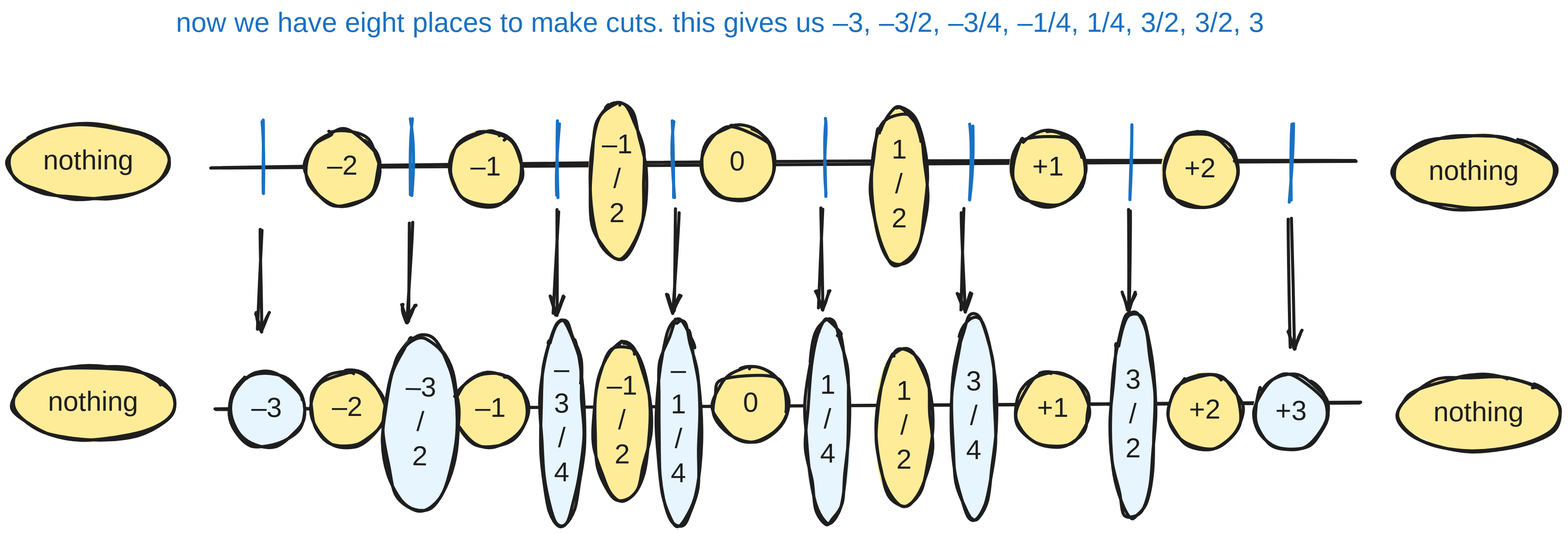
Before: public/how-i-vibed-a-proof-of-conways-conjecture/step4-full.svg, a diagram exported from Excalidraw (gaearon/overreacted.io). Source tidied: one line per element, renumbered; positions are measured from the earlier drawing's top-left corner, leaving out a move shared by most shapes.
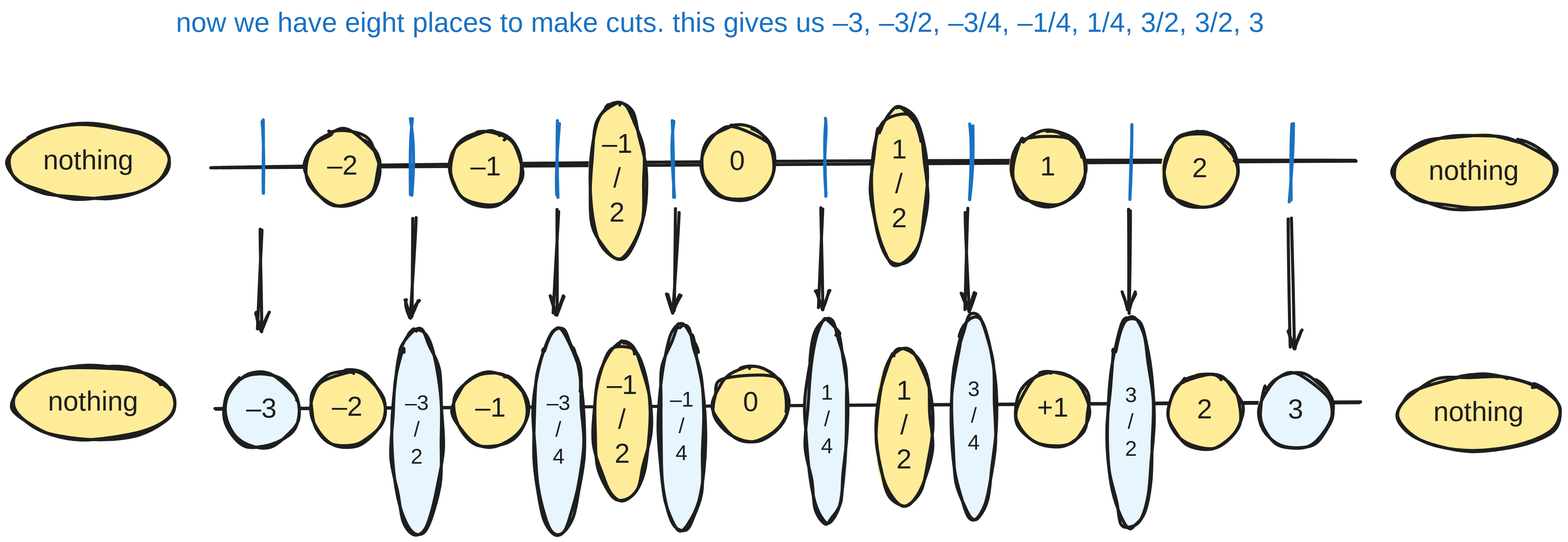
After the change.

The edit, as a diff of the source:
```diff
@@ -34,16 +34,18 @@
 {"id": 33, "type": "text", "text": "–1\n/\n2", "strokeColor": "#1e1e1e", "backgroundColor": "#ffec99", "fillStyle": "solid", "strokeWidth": 4, "roughness": 2, "fontSize": 36, "fontFamily": 5, "textAlign": "center", "verticalAlign": "middle", "inside": 32, "x": 778, "y": 159, "width": 40, "height": 135}
 {"id": 34, "type": "ellipse", "strokeColor": "#1e1e1e", "backgroundColor": "#ffec99", "fillStyle": "solid", "strokeWidth": 4, "roughness": 2, "x": 767, "y": 439, "width": 73, "height": 205}
 {"id": 35, "type": "text", "text": "–1\n/\n2", "strokeColor": "#1e1e1e", "backgroundColor": "#ffec99", "fillStyle": "solid", "strokeWidth": 4, "roughness": 2, "fontSize": 36, "fontFamily": 5, "textAlign": "center", "verticalAlign": "middle", "inside": 34, "x": 784, "y": 474, "width": 40, "height": 135}
-{"id": 36, "type": "ellipse", "strokeColor": "#1e1e1e", "backgroundColor": "#e7f5ff", "fillStyle": "solid", "strokeWidth": 4, "roughness": 2, "x": 697, "y": 409, "width": 57, "height": 269}
+{"id": 36, "type": "ellipse", "strokeColor": "#1e1e1e", "backgroundColor": "#e7f5ff", "fillStyle": "solid", "strokeWidth": 4, "roughness": 2, "x": 688, "y": 419, "width": 66, "height": 270}
-{"id": 37, "type": "text", "text": "–\n3\n/\n4", "strokeColor": "#1e1e1e", "backgroundColor": "#ffec99", "fillStyle": "solid", "strokeWidth": 4, "roughness": 2, "fontSize": 36, "fontFamily": 5, "textAlign": "center", "verticalAlign": "middle", "inside": 36, "x": 712, "y": 453, "width": 25, "height": 180}
+{"id": 37, "type": "text", "text": "–3\n/\n4", "strokeColor": "#1e1e1e", "backgroundColor": "#ffec99", "fillStyle": "solid", "strokeWidth": 4, "roughness": 2, "fontSize": 28, "fontFamily": 5, "textAlign": "center", "verticalAlign": "middle", "inside": 36, "x": 702, "y": 502, "width": 37, "height": 105}
+{"id": 78, "type": "ellipse", "strokeColor": "#1e1e1e", "backgroundColor": "#e7f5ff", "fillStyle": "solid", "strokeWidth": 4, "roughness": 2, "x": 502, "y": 420, "width": 67, "height": 269}
+{"id": 79, "type": "text", "text": "–3\n/\n2", "strokeColor": "#1e1e1e", "backgroundColor": "#ffec99", "fillStyle": "solid", "strokeWidth": 4, "roughness": 2, "fontSize": 28, "fontFamily": 5, "textAlign": "center", "verticalAlign": "middle", "inside": 78, "x": 517, "y": 502, "width": 37, "height": 105}
 {"id": 38, "type": "ellipse", "strokeColor": "#1e1e1e", "backgroundColor": "#e7f5ff", "fillStyle": "solid", "strokeWidth": 4, "roughness": 2, "x": 1236, "y": 402, "width": 57, "height": 269}
-{"id": 39, "type": "text", "text": "3\n/\n4", "strokeColor": "#1e1e1e", "backgroundColor": "#ffec99", "fillStyle": "solid", "strokeWidth": 4, "roughness": 2, "fontSize": 36, "fontFamily": 5, "textAlign": "center", "verticalAlign": "middle", "inside": 38, "x": 1253, "y": 469, "width": 22, "height": 135}
+{"id": 39, "type": "text", "text": "3\n/\n4", "strokeColor": "#1e1e1e", "backgroundColor": "#ffec99", "fillStyle": "solid", "strokeWidth": 4, "roughness": 2, "fontSize": 28, "fontFamily": 5, "textAlign": "center", "verticalAlign": "middle", "inside": 38, "x": 1256, "y": 484, "width": 17, "height": 105}
-{"id": 40, "type": "ellipse", "strokeColor": "#1e1e1e", "backgroundColor": "#e7f5ff", "fillStyle": "solid", "strokeWidth": 4, "roughness": 2, "x": 1444, "y": 400, "width": 57, "height": 269}
+{"id": 40, "type": "ellipse", "strokeColor": "#1e1e1e", "backgroundColor": "#e7f5ff", "fillStyle": "solid", "strokeWidth": 4, "roughness": 2, "x": 1440, "y": 406, "width": 59, "height": 276}
-{"id": 41, "type": "text", "text": "3\n/\n2", "strokeColor": "#1e1e1e", "backgroundColor": "#ffec99", "fillStyle": "solid", "strokeWidth": 4, "roughness": 2, "fontSize": 36, "fontFamily": 5, "textAlign": "center", "verticalAlign": "middle", "inside": 40, "x": 1460, "y": 467, "width": 25, "height": 135}
+{"id": 41, "type": "text", "text": "3\n/\n2", "strokeColor": "#1e1e1e", "backgroundColor": "#ffec99", "fillStyle": "solid", "strokeWidth": 4, "roughness": 2, "fontSize": 28, "fontFamily": 5, "textAlign": "center", "verticalAlign": "middle", "inside": 40, "x": 1460, "y": 492, "width": 20, "height": 105}
-{"id": 42, "type": "ellipse", "strokeColor": "#1e1e1e", "backgroundColor": "#e7f5ff", "fillStyle": "solid", "strokeWidth": 4, "roughness": 2, "x": 849, "y": 409, "width": 57, "height": 269}
+{"id": 42, "type": "ellipse", "strokeColor": "#1e1e1e", "backgroundColor": "#e7f5ff", "fillStyle": "solid", "strokeWidth": 4, "roughness": 2, "x": 852, "y": 416, "width": 60, "height": 269}
-{"id": 43, "type": "text", "text": "–\n1\n/\n4", "strokeColor": "#1e1e1e", "backgroundColor": "#ffec99", "fillStyle": "solid", "strokeWidth": 4, "roughness": 2, "fontSize": 36, "fontFamily": 5, "textAlign": "center", "verticalAlign": "middle", "inside": 42, "x": 865, "y": 454, "width": 25, "height": 180}
+{"id": 43, "type": "text", "text": "–1\n/\n4", "strokeColor": "#1e1e1e", "backgroundColor": "#ffec99", "fillStyle": "solid", "strokeWidth": 4, "roughness": 2, "fontSize": 28, "fontFamily": 5, "textAlign": "center", "verticalAlign": "middle", "inside": 42, "x": 866, "y": 498, "width": 31, "height": 105}
-{"id": 44, "type": "ellipse", "strokeColor": "#1e1e1e", "backgroundColor": "#e7f5ff", "fillStyle": "solid", "strokeWidth": 4, "roughness": 2, "x": 1045, "y": 407, "width": 57, "height": 269}
+{"id": 44, "type": "ellipse", "strokeColor": "#1e1e1e", "backgroundColor": "#e7f5ff", "fillStyle": "solid", "strokeWidth": 4, "roughness": 2, "x": 1044, "y": 406, "width": 55, "height": 269}
-{"id": 45, "type": "text", "text": "1\n/\n4", "strokeColor": "#1e1e1e", "backgroundColor": "#ffec99", "fillStyle": "solid", "strokeWidth": 4, "roughness": 2, "fontSize": 36, "fontFamily": 5, "textAlign": "center", "verticalAlign": "middle", "inside": 44, "x": 1062, "y": 473, "width": 21, "height": 135}
+{"id": 45, "type": "text", "text": "1\n/\n4", "strokeColor": "#1e1e1e", "backgroundColor": "#ffec99", "fillStyle": "solid", "strokeWidth": 4, "roughness": 2, "fontSize": 28, "fontFamily": 5, "textAlign": "center", "verticalAlign": "middle", "inside": 44, "x": 1064, "y": 488, "width": 16, "height": 105}
 {"id": 46, "type": "ellipse", "strokeColor": "#1e1e1e", "backgroundColor": "#ffec99", "fillStyle": "solid", "strokeWidth": 4, "roughness": 2, "x": 1130, "y": 131, "width": 73, "height": 205}
 {"id": 47, "type": "text", "text": "1\n/\n2", "strokeColor": "#1e1e1e", "backgroundColor": "#ffec99", "fillStyle": "solid", "strokeWidth": 4, "roughness": 2, "fontSize": 36, "fontFamily": 5, "textAlign": "center", "verticalAlign": "middle", "inside": 46, "x": 1154, "y": 166, "width": 25, "height": 135}
 {"id": 48, "type": "ellipse", "strokeColor": "#1e1e1e", "backgroundColor": "#ffec99", "fillStyle": "solid", "strokeWidth": 4, "roughness": 2, "x": 1136, "y": 446, "width": 73, "height": 205}
@@ -52,27 +54,23 @@
 {"id": 51, "type": "text", "text": "–2", "strokeColor": "#1e1e1e", "backgroundColor": "#ffec99", "fillStyle": "solid", "strokeWidth": 4, "roughness": 2, "fontSize": 36, "fontFamily": 5, "textAlign": "center", "verticalAlign": "middle", "inside": 50, "x": 412, "y": 187, "width": 50, "height": 45}
 {"id": 52, "type": "ellipse", "strokeColor": "#1e1e1e", "backgroundColor": "#ffec99", "fillStyle": "solid", "strokeWidth": 4, "roughness": 2, "x": 396, "y": 476, "width": 96, "height": 98}
 {"id": 53, "type": "text", "text": "–2", "strokeColor": "#1e1e1e", "backgroundColor": "#ffec99", "fillStyle": "solid", "strokeWidth": 4, "roughness": 2, "fontSize": 36, "fontFamily": 5, "textAlign": "center", "verticalAlign": "middle", "inside": 52, "x": 419, "y": 502, "width": 50, "height": 45}
-{"id": 54, "type": "ellipse", "strokeColor": "#1e1e1e", "angle": 0.02, "backgroundColor": "#ffec99", "fillStyle": "solid", "strokeWidth": 4, "roughness": 2, "x": 493, "y": 430, "width": 96, "height": 230}
-{"id": 55, "type": "text", "text": "–3\n/\n2", "strokeColor": "#1e1e1e", "angle": 0.02, "backgroundColor": "#ffec99", "fillStyle": "solid", "strokeWidth": 4, "roughness": 2, "fontSize": 36, "fontFamily": 5, "textAlign": "center", "verticalAlign": "middle", "inside": 54, "x": 517, "y": 477, "width": 47, "height": 135}
-{"id": 56, "type": "ellipse", "strokeColor": "#1e1e1e", "angle": 0.02, "backgroundColor": "#e7f5ff", "fillStyle": "solid", "strokeWidth": 4, "roughness": 2, "x": 492, "y": 430, "width": 96, "height": 230}
-{"id": 57, "type": "text", "text": "–3\n/\n2", "strokeColor": "#1e1e1e", "angle": 0.02, "backgroundColor": "#ffec99", "fillStyle": "solid", "strokeWidth": 4, "roughness": 2, "fontSize": 36, "fontFamily": 5, "textAlign": "center", "verticalAlign": "middle", "inside": 56, "x": 516, "y": 477, "width": 47, "height": 135}
-{"id": 58, "type": "ellipse", "strokeColor": "#1e1e1e", "backgroundColor": "#e7f5ff", "fillStyle": "solid", "strokeWidth": 4, "roughness": 2, "x": 291, "y": 477, "width": 96, "height": 98}
+{"id": 58, "type": "ellipse", "strokeColor": "#1e1e1e", "backgroundColor": "#e7f5ff", "fillStyle": "solid", "strokeWidth": 4, "roughness": 2, "x": 284, "y": 478, "width": 96, "height": 98}
-{"id": 59, "type": "text", "text": "–3", "strokeColor": "#1e1e1e", "backgroundColor": "#ffec99", "fillStyle": "solid", "strokeWidth": 4, "roughness": 2, "fontSize": 36, "fontFamily": 5, "textAlign": "center", "verticalAlign": "middle", "inside": 58, "x": 315, "y": 503, "width": 47, "height": 45}
+{"id": 59, "type": "text", "text": "–3", "strokeColor": "#1e1e1e", "backgroundColor": "#ffec99", "fillStyle": "solid", "strokeWidth": 4, "roughness": 2, "fontSize": 36, "fontFamily": 5, "textAlign": "center", "verticalAlign": "middle", "inside": 58, "x": 308, "y": 504, "width": 47, "height": 45}
 {"id": 60, "type": "ellipse", "strokeColor": "#1e1e1e", "backgroundColor": "#ffec99", "fillStyle": "solid", "strokeWidth": 4, "roughness": 2, "x": 1313, "y": 161, "width": 96, "height": 98}
-{"id": 61, "type": "text", "text": "+1", "strokeColor": "#1e1e1e", "backgroundColor": "#ffec99", "fillStyle": "solid", "strokeWidth": 4, "roughness": 2, "fontSize": 36, "fontFamily": 5, "textAlign": "center", "verticalAlign": "middle", "inside": 60, "x": 1344, "y": 188, "width": 34, "height": 45}
+{"id": 61, "type": "text", "text": "1", "strokeColor": "#1e1e1e", "backgroundColor": "#ffec99", "fillStyle": "solid", "strokeWidth": 4, "roughness": 2, "fontSize": 36, "fontFamily": 5, "textAlign": "center", "verticalAlign": "middle", "inside": 60, "x": 1353, "y": 188, "width": 15, "height": 45}
 {"id": 62, "type": "ellipse", "strokeColor": "#1e1e1e", "backgroundColor": "#ffec99", "fillStyle": "solid", "strokeWidth": 4, "roughness": 2, "x": 1319, "y": 477, "width": 96, "height": 98}
 {"id": 63, "type": "text", "text": "+1", "strokeColor": "#1e1e1e", "backgroundColor": "#ffec99", "fillStyle": "solid", "strokeWidth": 4, "roughness": 2, "fontSize": 36, "fontFamily": 5, "textAlign": "center", "verticalAlign": "middle", "inside": 62, "x": 1350, "y": 504, "width": 34, "height": 45}
 {"id": 64, "type": "ellipse", "strokeColor": "#1e1e1e", "backgroundColor": "#ffec99", "fillStyle": "solid", "strokeWidth": 4, "roughness": 2, "x": 1511, "y": 164, "width": 96, "height": 98}
-{"id": 65, "type": "text", "text": "+2", "strokeColor": "#1e1e1e", "backgroundColor": "#ffec99", "fillStyle": "solid", "strokeWidth": 4, "roughness": 2, "fontSize": 36, "fontFamily": 5, "textAlign": "center", "verticalAlign": "middle", "inside": 64, "x": 1537, "y": 190, "width": 45, "height": 45}
+{"id": 65, "type": "text", "text": "2", "strokeColor": "#1e1e1e", "backgroundColor": "#ffec99", "fillStyle": "solid", "strokeWidth": 4, "roughness": 2, "fontSize": 36, "fontFamily": 5, "textAlign": "center", "verticalAlign": "middle", "inside": 64, "x": 1547, "y": 190, "width": 25, "height": 45}
 {"id": 66, "type": "ellipse", "strokeColor": "#1e1e1e", "backgroundColor": "#ffec99", "fillStyle": "solid", "strokeWidth": 4, "roughness": 2, "x": 1518, "y": 479, "width": 96, "height": 98}
-{"id": 67, "type": "text", "text": "+2", "strokeColor": "#1e1e1e", "backgroundColor": "#ffec99", "fillStyle": "solid", "strokeWidth": 4, "roughness": 2, "fontSize": 36, "fontFamily": 5, "textAlign": "center", "verticalAlign": "middle", "inside": 66, "x": 1544, "y": 506, "width": 45, "height": 45}
+{"id": 67, "type": "text", "text": "2", "strokeColor": "#1e1e1e", "backgroundColor": "#ffec99", "fillStyle": "solid", "strokeWidth": 4, "roughness": 2, "fontSize": 36, "fontFamily": 5, "textAlign": "center", "verticalAlign": "middle", "inside": 66, "x": 1554, "y": 506, "width": 25, "height": 45}
-{"id": 68, "type": "ellipse", "strokeColor": "#1e1e1e", "backgroundColor": "#e7f5ff", "fillStyle": "solid", "strokeWidth": 4, "roughness": 2, "x": 1631, "y": 481, "width": 96, "height": 98}
+{"id": 68, "type": "ellipse", "strokeColor": "#1e1e1e", "backgroundColor": "#e7f5ff", "fillStyle": "solid", "strokeWidth": 4, "roughness": 2, "x": 1637, "y": 480, "width": 96, "height": 98}
-{"id": 69, "type": "text", "text": "+3", "strokeColor": "#1e1e1e", "backgroundColor": "#ffec99", "fillStyle": "solid", "strokeWidth": 4, "roughness": 2, "fontSize": 36, "fontFamily": 5, "textAlign": "center", "verticalAlign": "middle", "inside": 68, "x": 1658, "y": 507, "width": 42, "height": 45}
+{"id": 69, "type": "text", "text": "3", "strokeColor": "#1e1e1e", "backgroundColor": "#ffec99", "fillStyle": "solid", "strokeWidth": 4, "roughness": 2, "fontSize": 36, "fontFamily": 5, "textAlign": "center", "verticalAlign": "middle", "inside": 68, "x": 1674, "y": 506, "width": 22, "height": 45}
 {"id": 70, "type": "arrow", "strokeColor": "#1e1e1e", "backgroundColor": "#ffec99", "fillStyle": "solid", "strokeWidth": 4, "roughness": 2, "endArrowhead": "arrow", "round": true, "x": 331, "y": 289, "width": 2, "height": 133, "points": [[0, 0], [-2, 133]]}
-{"id": 71, "type": "arrow", "strokeColor": "#1e1e1e", "backgroundColor": "#ffec99", "fillStyle": "solid", "strokeWidth": 4, "roughness": 2, "endArrowhead": "arrow", "round": true, "x": 527, "y": 279, "width": 2, "height": 133, "points": [[0, 0], [-2, 133]]}
+{"id": 71, "type": "arrow", "strokeColor": "#1e1e1e", "backgroundColor": "#ffec99", "fillStyle": "solid", "strokeWidth": 4, "roughness": 2, "endArrowhead": "arrow", "round": true, "x": 532, "y": 273, "width": 2, "height": 133, "points": [[0, 0], [-2, 133]]}
 {"id": 72, "type": "arrow", "strokeColor": "#1e1e1e", "backgroundColor": "#ffec99", "fillStyle": "solid", "strokeWidth": 4, "roughness": 2, "endArrowhead": "arrow", "round": true, "x": 719, "y": 268, "width": 2, "height": 133, "points": [[0, 0], [-2, 133]]}
 {"id": 73, "type": "arrow", "strokeColor": "#1e1e1e", "backgroundColor": "#ffec99", "fillStyle": "solid", "strokeWidth": 4, "roughness": 2, "endArrowhead": "arrow", "round": true, "x": 874, "y": 265, "width": 2, "height": 133, "points": [[0, 0], [-2, 133]]}
 {"id": 74, "type": "arrow", "strokeColor": "#1e1e1e", "backgroundColor": "#ffec99", "fillStyle": "solid", "strokeWidth": 4, "roughness": 2, "endArrowhead": "arrow", "round": true, "x": 1065, "y": 262, "width": 2, "height": 133, "points": [[0, 0], [-2, 133]]}
-{"id": 75, "type": "arrow", "strokeColor": "#1e1e1e", "backgroundColor": "#ffec99", "fillStyle": "solid", "strokeWidth": 4, "roughness": 2, "endArrowhead": "arrow", "round": true, "x": 1251, "y": 264, "width": 2, "height": 133, "points": [[0, 0], [-2, 133]]}
+{"id": 75, "type": "arrow", "strokeColor": "#1e1e1e", "backgroundColor": "#ffec99", "fillStyle": "solid", "strokeWidth": 4, "roughness": 2, "endArrowhead": "arrow", "round": true, "x": 1256, "y": 264, "width": 2, "height": 133, "points": [[0, 0], [-2, 133]]}
 {"id": 76, "type": "arrow", "strokeColor": "#1e1e1e", "backgroundColor": "#ffec99", "fillStyle": "solid", "strokeWidth": 4, "roughness": 2, "endArrowhead": "arrow", "round": true, "x": 1467, "y": 265, "width": 2, "height": 133, "points": [[0, 0], [-2, 133]]}
 {"id": 77, "type": "arrow", "strokeColor": "#1e1e1e", "backgroundColor": "#ffec99", "fillStyle": "solid", "strokeWidth": 4, "roughness": 2, "endArrowhead": "arrow", "round": true, "x": 1677, "y": 274, "width": 3, "height": 172, "points": [[0, 0], [3, 172]]}
```
